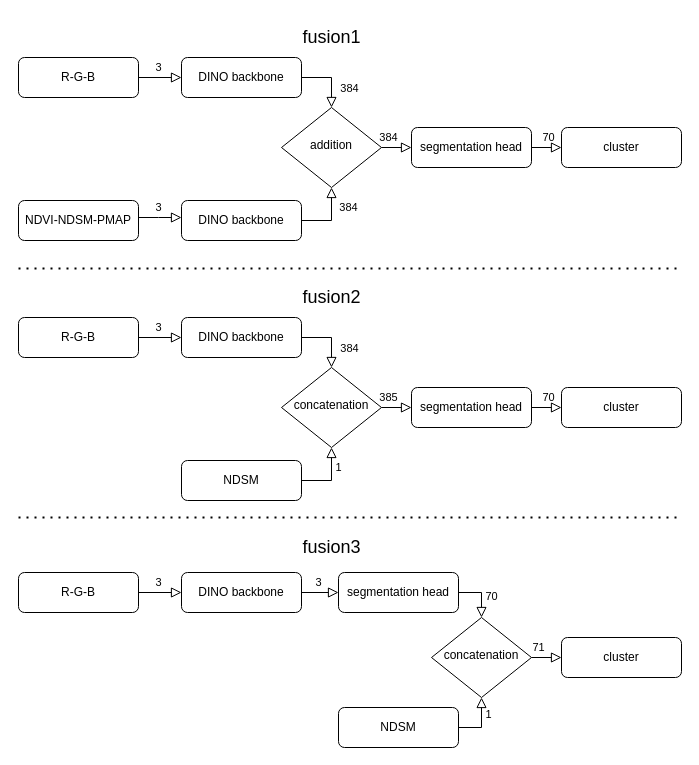
Earlier version of the draw.io diagram Unbenanntes Diagramm.drawio (larsfw/gmv-trainer2022). Source tidied: cells renumbered, new cells numbered last; positions are measured from the earlier drawing's top-left corner, leaving out a move shared by most shapes. Both pictures are drawn from the tidied source at 100%, with x=0, y=0 at pixel (18, 17).
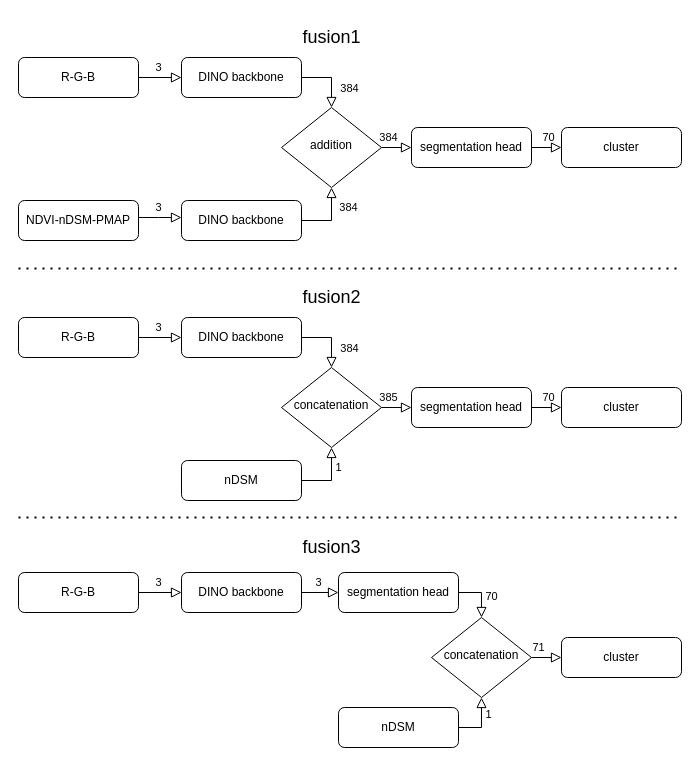
The same diagram, later.

What changed in the source:
```diff
@@
-    <mxCell id="12" value="NDVI-NDSM-PMAP" style="rounded=1;whiteSpace=wrap;html=1;fontSize=12;glass=0;strokeWidth=1;shadow=0;" parent="1" vertex="1">
+    <mxCell id="12" value="NDVI-nDSM-PMAP" style="rounded=1;whiteSpace=wrap;html=1;fontSize=12;glass=0;strokeWidth=1;shadow=0;" parent="1" vertex="1">
       <mxGeometry y="183" width="120" height="40" as="geometry" />
     </mxCell>
@@
-    <mxCell id="24" value="NDSM" style="rounded=1;whiteSpace=wrap;html=1;fontSize=12;glass=0;strokeWidth=1;shadow=0;" parent="1" vertex="1">
+    <mxCell id="24" value="nDSM" style="rounded=1;whiteSpace=wrap;html=1;fontSize=12;glass=0;strokeWidth=1;shadow=0;" parent="1" vertex="1">
       <mxGeometry x="163" y="443" width="120" height="40" as="geometry" />
     </mxCell>
@@
-    <mxCell id="37" value="NDSM" style="rounded=1;whiteSpace=wrap;html=1;fontSize=12;glass=0;strokeWidth=1;shadow=0;" parent="1" vertex="1">
+    <mxCell id="37" value="nDSM" style="rounded=1;whiteSpace=wrap;html=1;fontSize=12;glass=0;strokeWidth=1;shadow=0;" parent="1" vertex="1">
       <mxGeometry x="320" y="690" width="120" height="40" as="geometry" />
     </mxCell>
```
